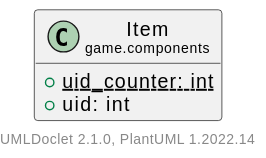
Hirschiii/JavaGameEngine keeps this PlantUML diagram as doc/javadoc/game/components/Item.svg. Above is the earlier version.
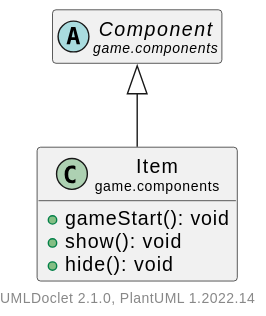
The same diagram one commit later.

Change to the diagram source:
```diff
@@ -4,9 +4,14 @@
     hide empty methods
 
     class "<size:14>Item\n<size:10>game.components" as game.components.Item [[Item.html]] {
-        {static} +uid_counter: int
-        +uid: int
+        +gameStart(): void
+        +show(): void
+        +hide(): void
     }
+
+    abstract class "<size:14>Component\n<size:10>game.components" as game.components.Component [[Component.html]]
+
+    game.components.Component <|-- game.components.Item
 
     center footer UMLDoclet 2.1.0, PlantUML %version()
 @enduml
```
